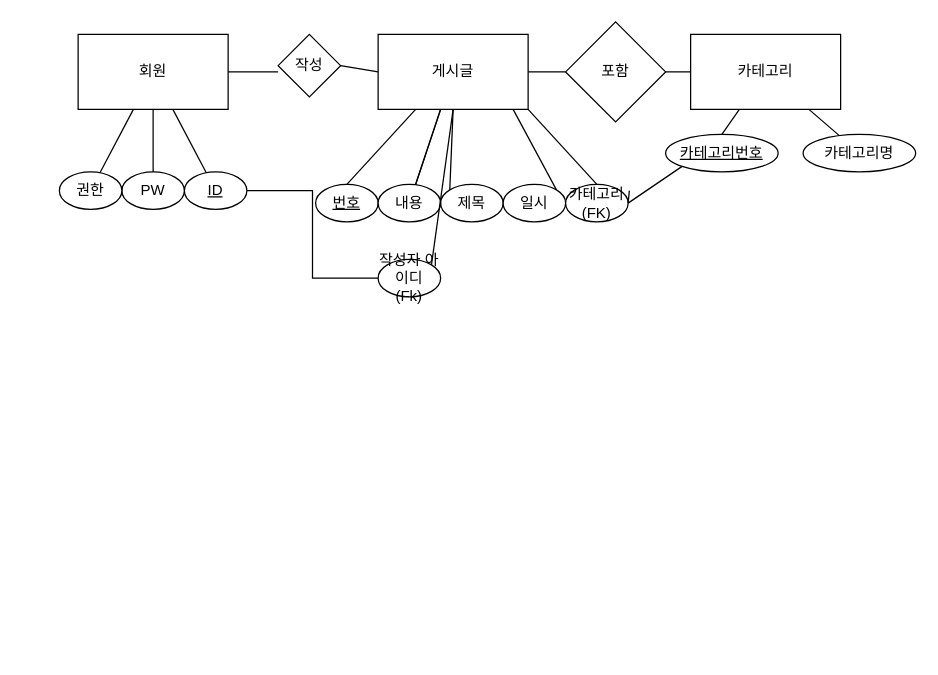
makadamia0055/khJavaStudy keeps this draw.io diagram as 제목 없는 다이어그램.drawio. Above is the earlier version. Source tidied: cells renumbered, new cells numbered last; positions are measured from the earlier drawing's top-left corner, leaving out a move shared by most shapes. Both pictures are drawn from the tidied source at 125%, with x=0, y=0 at pixel (59, 21).
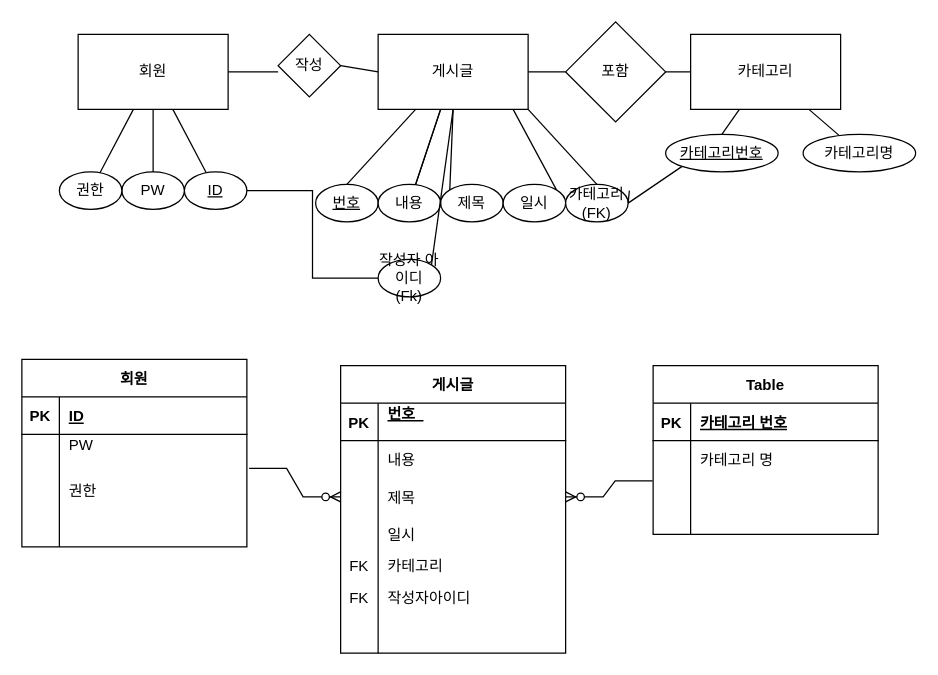
Above is the later version.

Commit message:
제목 없는 다이어그램.drawio 업데이트

Diff of the diagram source:
```diff
@@
+    <mxCell id="37" value="회원" style="shape=table;startSize=30;childLayout=tableLayout;rowLines=0;fontStyle=1;align=center;" parent="1" vertex="1">
+      <mxGeometry x="-30" y="270" width="180" height="150" as="geometry" />
+    </mxCell>
+    <mxCell id="38" style="shape=tableRow;horizontal=0;startSize=0;swimlaneHead=0;swimlaneBody=0;fillColor=none;top=0;left=0;right=0;bottom=1;" parent="37" vertex="1">
+      <mxGeometry y="30" width="180" height="30" as="geometry" />
+    </mxCell>
+    <mxCell id="39" value="PK" style="shape=partialRectangle;fillColor=none;top=0;left=0;bottom=0;right=0;fontStyle=1;overflow=hidden;" parent="38" vertex="1">
+      <mxGeometry width="30" height="30" as="geometry" />
+    </mxCell>
+    <mxCell id="40" value="ID" style="shape=partialRectangle;fillColor=none;top=0;left=0;bottom=0;right=0;align=left;spacingLeft=6;fontStyle=5;overflow=hidden;" parent="38" vertex="1">
+      <mxGeometry x="30" width="150" height="30" as="geometry" />
+    </mxCell>
+    <mxCell id="41" style="shape=tableRow;horizontal=0;startSize=0;swimlaneHead=0;swimlaneBody=0;fillColor=none;top=0;left=0;right=0;bottom=0;" parent="37" vertex="1">
+      <mxGeometry y="60" width="180" height="30" as="geometry" />
+    </mxCell>
+    <mxCell id="42" style="shape=partialRectangle;fillColor=none;top=0;left=0;bottom=0;right=0;overflow=hidden;" parent="41" vertex="1">
+      <mxGeometry width="30" height="30" as="geometry" />
+    </mxCell>
+    <mxCell id="43" value="PW    &#10;" style="shape=partialRectangle;fillColor=none;top=0;left=0;bottom=0;right=0;align=left;spacingLeft=6;overflow=hidden;" parent="41" vertex="1">
+      <mxGeometry x="30" width="150" height="30" as="geometry" />
+    </mxCell>
+    <mxCell id="44" style="shape=tableRow;horizontal=0;startSize=0;swimlaneHead=0;swimlaneBody=0;fillColor=none;points=[[0,0.5],[1,0.5]];portConstraint=eastwest;top=0;left=0;right=0;bottom=0;" parent="37" vertex="1">
+      <mxGeometry y="90" width="180" height="30" as="geometry" />
+    </mxCell>
+    <mxCell id="45" style="shape=partialRectangle;fillColor=none;top=0;left=0;bottom=0;right=0;overflow=hidden;" parent="44" vertex="1">
+      <mxGeometry width="30" height="30" as="geometry" />
+    </mxCell>
+    <mxCell id="46" value="권한" style="shape=partialRectangle;fillColor=none;top=0;left=0;bottom=0;right=0;align=left;spacingLeft=6;overflow=hidden;" parent="44" vertex="1">
+      <mxGeometry x="30" width="150" height="30" as="geometry" />
+    </mxCell>
+    <mxCell id="47" style="shape=tableRow;horizontal=0;startSize=0;swimlaneHead=0;swimlaneBody=0;fillColor=none;top=0;left=0;right=0;bottom=0;" parent="37" vertex="1">
+      <mxGeometry y="120" width="180" height="30" as="geometry" />
+    </mxCell>
+    <mxCell id="48" style="shape=partialRectangle;fillColor=none;top=0;left=0;bottom=0;right=0;overflow=hidden;" parent="47" vertex="1">
+      <mxGeometry width="30" height="30" as="geometry" />
+    </mxCell>
+    <mxCell id="49" style="shape=partialRectangle;fillColor=none;top=0;left=0;bottom=0;right=0;align=left;spacingLeft=6;overflow=hidden;" parent="47" vertex="1">
+      <mxGeometry x="30" width="150" height="30" as="geometry" />
+    </mxCell>
+    <mxCell id="50" value="게시글" style="shape=table;startSize=30;childLayout=tableLayout;rowLines=0;fontStyle=1;align=center;swimlaneLine=1;" parent="1" vertex="1">
+      <mxGeometry x="225" y="275" width="180" height="230" as="geometry" />
+    </mxCell>
+    <mxCell id="51" style="shape=tableRow;horizontal=0;startSize=0;swimlaneHead=0;swimlaneBody=0;fillColor=none;top=0;left=0;right=0;bottom=1;" parent="50" vertex="1">
+      <mxGeometry y="30" width="180" height="30" as="geometry" />
+    </mxCell>
+    <mxCell id="52" value="PK" style="shape=partialRectangle;fillColor=none;top=0;left=0;bottom=0;right=0;fontStyle=1;overflow=hidden;" parent="51" vertex="1">
+      <mxGeometry width="30" height="30" as="geometry" />
+    </mxCell>
+    <mxCell id="53" value="번호  &#10;" style="shape=partialRectangle;fillColor=none;top=0;left=0;bottom=0;right=0;align=left;spacingLeft=6;fontStyle=5;overflow=hidden;" parent="51" vertex="1">
+      <mxGeometry x="30" width="150" height="30" as="geometry" />
+    </mxCell>
+    <mxCell id="54" style="shape=tableRow;horizontal=0;startSize=0;swimlaneHead=0;swimlaneBody=0;fillColor=none;top=0;left=0;right=0;bottom=0;" parent="50" vertex="1">
+      <mxGeometry y="60" width="180" height="30" as="geometry" />
+    </mxCell>
+    <mxCell id="55" style="shape=partialRectangle;fillColor=none;top=0;left=0;bottom=0;right=0;overflow=hidden;" parent="54" vertex="1">
+      <mxGeometry width="30" height="30" as="geometry" />
+    </mxCell>
+    <mxCell id="56" value="내용" style="shape=partialRectangle;fillColor=none;top=0;left=0;bottom=0;right=0;align=left;spacingLeft=6;overflow=hidden;" parent="54" vertex="1">
+      <mxGeometry x="30" width="150" height="30" as="geometry" />
+    </mxCell>
+    <mxCell id="57" style="shape=tableRow;horizontal=0;startSize=0;swimlaneHead=0;swimlaneBody=0;fillColor=none;points=[[0,0.5],[1,0.5]];portConstraint=eastwest;top=0;left=0;right=0;bottom=0;" parent="50" vertex="1">
+      <mxGeometry y="90" width="180" height="30" as="geometry" />
+    </mxCell>
+    <mxCell id="58" style="shape=partialRectangle;fillColor=none;top=0;left=0;bottom=0;right=0;overflow=hidden;" parent="57" vertex="1">
+      <mxGeometry width="30" height="30" as="geometry" />
+    </mxCell>
+    <mxCell id="59" value="제목" style="shape=partialRectangle;fillColor=none;top=0;left=0;bottom=0;right=0;align=left;spacingLeft=6;overflow=hidden;" parent="57" vertex="1">
+      <mxGeometry x="30" width="150" height="30" as="geometry" />
+    </mxCell>
+    <mxCell id="60" style="shape=tableRow;horizontal=0;startSize=0;swimlaneHead=0;swimlaneBody=0;fillColor=none;top=0;left=0;right=0;bottom=0;" parent="50" vertex="1">
+      <mxGeometry y="120" width="180" height="30" as="geometry" />
+    </mxCell>
+    <mxCell id="61" style="shape=partialRectangle;fillColor=none;top=0;left=0;bottom=0;right=0;overflow=hidden;" parent="60" vertex="1">
+      <mxGeometry width="30" height="30" as="geometry" />
+    </mxCell>
+    <mxCell id="62" value="일시" style="shape=partialRectangle;fillColor=none;top=0;left=0;bottom=0;right=0;align=left;spacingLeft=6;overflow=hidden;" parent="60" vertex="1">
+      <mxGeometry x="30" width="150" height="30" as="geometry" />
+    </mxCell>
+    <mxCell id="63" style="shape=tableRow;horizontal=0;startSize=0;swimlaneHead=0;swimlaneBody=0;fillColor=none;top=0;left=0;right=0;bottom=0;" parent="50" vertex="1">
+      <mxGeometry y="150" width="180" height="20" as="geometry" />
+    </mxCell>
+    <mxCell id="64" value="FK" style="shape=partialRectangle;fillColor=none;top=0;left=0;bottom=0;right=0;overflow=hidden;" parent="63" vertex="1">
+      <mxGeometry width="30" height="20" as="geometry" />
+    </mxCell>
+    <mxCell id="65" value="카테고리 " style="shape=partialRectangle;fillColor=none;top=0;left=0;bottom=0;right=0;align=left;spacingLeft=6;overflow=hidden;" parent="63" vertex="1">
+      <mxGeometry x="30" width="150" height="20" as="geometry" />
+    </mxCell>
+    <mxCell id="66" style="shape=tableRow;horizontal=0;startSize=0;swimlaneHead=0;swimlaneBody=0;fillColor=none;top=0;left=0;right=0;bottom=0;" parent="50" vertex="1">
+      <mxGeometry y="170" width="180" height="30" as="geometry" />
+    </mxCell>
+    <mxCell id="67" value="FK" style="shape=partialRectangle;fillColor=none;top=0;left=0;bottom=0;right=0;overflow=hidden;" parent="66" vertex="1">
+      <mxGeometry width="30" height="30" as="geometry" />
+    </mxCell>
+    <mxCell id="68" value="작성자아이디" style="shape=partialRectangle;fillColor=none;top=0;left=0;bottom=0;right=0;align=left;spacingLeft=6;overflow=hidden;" parent="66" vertex="1">
+      <mxGeometry x="30" width="150" height="30" as="geometry" />
+    </mxCell>
+    <mxCell id="69" style="shape=tableRow;horizontal=0;startSize=0;swimlaneHead=0;swimlaneBody=0;fillColor=none;top=0;left=0;right=0;bottom=0;" parent="50" vertex="1">
+      <mxGeometry y="200" width="180" height="30" as="geometry" />
+    </mxCell>
+    <mxCell id="70" style="shape=partialRectangle;fillColor=none;top=0;left=0;bottom=0;right=0;overflow=hidden;" parent="69" vertex="1">
+      <mxGeometry width="30" height="30" as="geometry" />
+    </mxCell>
+    <mxCell id="71" style="shape=partialRectangle;fillColor=none;top=0;left=0;bottom=0;right=0;align=left;spacingLeft=6;overflow=hidden;" parent="69" vertex="1">
+      <mxGeometry x="30" width="150" height="30" as="geometry" />
+    </mxCell>
+    <mxCell id="72" value="Table" style="shape=table;startSize=30;childLayout=tableLayout;rowLines=0;fontStyle=1;align=center;" parent="1" vertex="1">
+      <mxGeometry x="475" y="275" width="180" height="135" as="geometry" />
+    </mxCell>
+    <mxCell id="73" style="shape=tableRow;horizontal=0;startSize=0;swimlaneHead=0;swimlaneBody=0;fillColor=none;top=0;left=0;right=0;bottom=1;" parent="72" vertex="1">
+      <mxGeometry y="30" width="180" height="30" as="geometry" />
+    </mxCell>
+    <mxCell id="74" value="PK" style="shape=partialRectangle;fillColor=none;top=0;left=0;bottom=0;right=0;fontStyle=1;overflow=hidden;" parent="73" vertex="1">
+      <mxGeometry width="30" height="30" as="geometry" />
+    </mxCell>
+    <mxCell id="75" value="카테고리 번호" style="shape=partialRectangle;fillColor=none;top=0;left=0;bottom=0;right=0;align=left;spacingLeft=6;fontStyle=5;overflow=hidden;" parent="73" vertex="1">
+      <mxGeometry x="30" width="150" height="30" as="geometry" />
+    </mxCell>
+    <mxCell id="76" style="shape=tableRow;horizontal=0;startSize=0;swimlaneHead=0;swimlaneBody=0;fillColor=none;top=0;left=0;right=0;bottom=0;" parent="72" vertex="1">
+      <mxGeometry y="60" width="180" height="30" as="geometry" />
+    </mxCell>
+    <mxCell id="77" style="shape=partialRectangle;fillColor=none;top=0;left=0;bottom=0;right=0;overflow=hidden;" parent="76" vertex="1">
+      <mxGeometry width="30" height="30" as="geometry" />
+    </mxCell>
+    <mxCell id="78" value="카테고리 명" style="shape=partialRectangle;fillColor=none;top=0;left=0;bottom=0;right=0;align=left;spacingLeft=6;overflow=hidden;" parent="76" vertex="1">
+      <mxGeometry x="30" width="150" height="30" as="geometry" />
+    </mxCell>
+    <mxCell id="79" style="shape=tableRow;horizontal=0;startSize=0;swimlaneHead=0;swimlaneBody=0;fillColor=none;points=[[0,0.5],[1,0.5]];portConstraint=eastwest;top=0;left=0;right=0;bottom=0;" parent="72" vertex="1">
+      <mxGeometry y="90" width="180" height="25" as="geometry" />
+    </mxCell>
+    <mxCell id="80" style="shape=partialRectangle;fillColor=none;top=0;left=0;bottom=0;right=0;overflow=hidden;" parent="79" vertex="1">
+      <mxGeometry width="30" height="25" as="geometry" />
+    </mxCell>
+    <mxCell id="81" style="shape=partialRectangle;fillColor=none;top=0;left=0;bottom=0;right=0;align=left;spacingLeft=6;overflow=hidden;" parent="79" vertex="1">
+      <mxGeometry x="30" width="150" height="25" as="geometry" />
+    </mxCell>
+    <mxCell id="82" style="shape=tableRow;horizontal=0;startSize=0;swimlaneHead=0;swimlaneBody=0;fillColor=none;top=0;left=0;right=0;bottom=0;" parent="72" vertex="1">
+      <mxGeometry y="115" width="180" height="20" as="geometry" />
+    </mxCell>
+    <mxCell id="83" style="shape=partialRectangle;fillColor=none;top=0;left=0;bottom=0;right=0;overflow=hidden;" parent="82" vertex="1">
+      <mxGeometry width="30" height="20" as="geometry" />
+    </mxCell>
+    <mxCell id="84" style="shape=partialRectangle;fillColor=none;top=0;left=0;bottom=0;right=0;align=left;spacingLeft=6;overflow=hidden;" parent="82" vertex="1">
+      <mxGeometry x="30" width="150" height="20" as="geometry" />
+    </mxCell>
+    <mxCell id="85" style="edgeStyle=entityRelationEdgeStyle;fontSize=12;html=1;endArrow=ERzeroToMany;endFill=1;rounded=0;exitX=1.01;exitY=-0.095;exitDx=0;exitDy=0;exitPerimeter=0;entryX=0;entryY=0.5;entryDx=0;entryDy=0;" parent="1" edge="1" source="44" target="57">
+      <mxGeometry relative="1" as="geometry" />
+    </mxCell>
+    <mxCell id="86" style="edgeStyle=entityRelationEdgeStyle;fontSize=12;html=1;endArrow=ERzeroToMany;endFill=1;rounded=0;exitX=-0.002;exitY=0.086;exitDx=0;exitDy=0;entryX=1;entryY=0.5;entryDx=0;entryDy=0;exitPerimeter=0;" parent="1" edge="1" source="79" target="57">
+      <mxGeometry relative="1" as="geometry" />
+    </mxCell>
```
